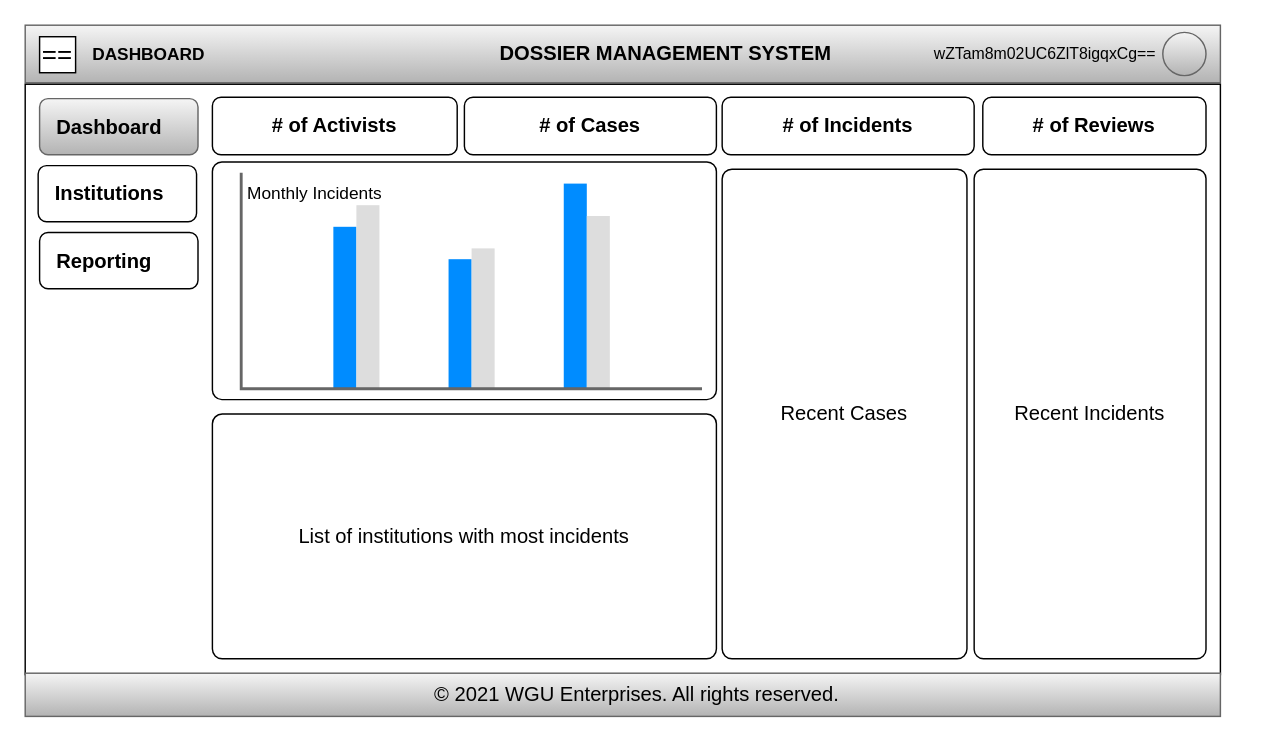
Earlier version of the draw.io diagram page "web-dashboard" (4 of 7) of System_Design.drawio (thachp/dossa). Source tidied: cells renumbered, new cells numbered last; positions are measured from the earlier drawing's top-left corner, leaving out a move shared by most shapes. Both pictures are drawn from the tidied source at 144%, with x=0, y=0 at pixel (24, 24).
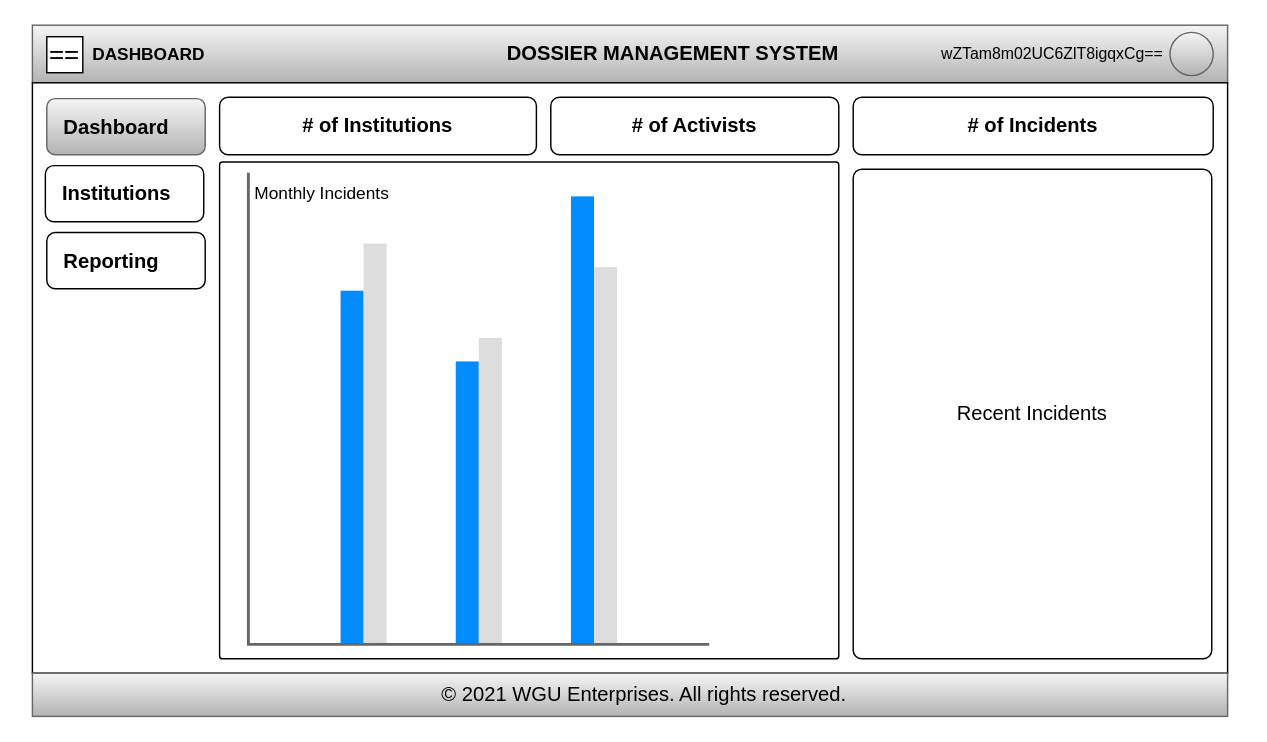
Above is the later version.

What changed in the source:
```diff
@@
-    <mxCell id="2" style="group;" parent="1" vertex="1">
-      <mxGeometry width="840" height="480" as="geometry" />
-    </mxCell>
-    <mxCell id="3" style="group;" parent="2" vertex="1">
-      <mxGeometry width="840" height="480" as="geometry" />
+    <mxCell id="3" style="group;absoluteArcSize=0;" parent="1" vertex="1">
+      <mxGeometry x="5" width="840" height="480" as="geometry" />
     </mxCell>
@@
     <mxCell id="8" style="rounded=0;whiteSpace=wrap;html=1;shadow=0;labelBackgroundColor=#FFFFFF;sketch=0;fontSize=14;fontColor=#000000;strokeColor=#000000;align=center;verticalAlign=middle;" parent="3" vertex="1">
-      <mxGeometry y="41" width="830" height="410" as="geometry" />
+      <mxGeometry y="40" width="830" height="410" as="geometry" />
     </mxCell>
@@
-    <mxCell id="11" value="&lt;b&gt;# of Activists&lt;/b&gt;" style="rounded=1;whiteSpace=wrap;html=1;shadow=0;labelBackgroundColor=none;sketch=0;fontSize=14;fontColor=#000000;strokeColor=#000000;align=center;verticalAlign=middle;" parent="3" vertex="1">
-      <mxGeometry x="130" y="50" width="170" height="40" as="geometry" />
+    <mxCell id="11" value="&lt;b&gt;# of Institutions&lt;/b&gt;" style="rounded=1;whiteSpace=wrap;html=1;shadow=0;labelBackgroundColor=none;sketch=0;fontSize=14;fontColor=#000000;strokeColor=#000000;align=center;verticalAlign=middle;" parent="3" vertex="1">
+      <mxGeometry x="130" y="50" width="220" height="40" as="geometry" />
     </mxCell>
@@
-    <mxCell id="13" value="&lt;b&gt;# of Cases&lt;/b&gt;" style="rounded=1;whiteSpace=wrap;html=1;shadow=0;labelBackgroundColor=none;sketch=0;fontSize=14;fontColor=#000000;strokeColor=#000000;align=center;verticalAlign=middle;" parent="3" vertex="1">
-      <mxGeometry x="305" y="50" width="175" height="40" as="geometry" />
+    <mxCell id="13" value="&lt;b&gt;# of Activists&lt;/b&gt;" style="rounded=1;whiteSpace=wrap;html=1;shadow=0;labelBackgroundColor=none;sketch=0;fontSize=14;fontColor=#000000;strokeColor=#000000;align=center;verticalAlign=middle;" parent="3" vertex="1">
+      <mxGeometry x="360" y="50" width="200" height="40" as="geometry" />
     </mxCell>
-    <mxCell id="14" value="Recent Cases" style="rounded=1;whiteSpace=wrap;html=1;shadow=0;labelBackgroundColor=none;sketch=0;fontSize=14;fontColor=#000000;strokeColor=#000000;align=center;verticalAlign=middle;arcSize=4;" parent="3" vertex="1">
-      <mxGeometry x="484" y="100" width="170" height="340" as="geometry" />
-    </mxCell>
-    <mxCell id="15" value="Recent Incidents" style="rounded=1;whiteSpace=wrap;html=1;shadow=0;labelBackgroundColor=none;sketch=0;fontSize=14;fontColor=#000000;strokeColor=#000000;align=center;verticalAlign=middle;arcSize=4;" parent="3" vertex="1">
-      <mxGeometry x="659" y="100" width="161" height="340" as="geometry" />
+    <mxCell id="15" value="Recent Incidents" style="rounded=1;whiteSpace=wrap;html=1;shadow=0;labelBackgroundColor=none;sketch=0;fontSize=14;fontColor=#000000;strokeColor=#000000;align=center;verticalAlign=middle;arcSize=12;absoluteArcSize=1;" parent="3" vertex="1">
+      <mxGeometry x="570" y="100" width="249" height="340" as="geometry" />
     </mxCell>
-    <mxCell id="16" style="rounded=1;whiteSpace=wrap;html=1;shadow=0;labelBackgroundColor=none;sketch=0;fontSize=14;fontColor=#000000;strokeColor=#000000;align=left;verticalAlign=middle;imageWidth=24;imageHeight=24;arcSize=4;" parent="3" vertex="1">
-      <mxGeometry x="130" y="95" width="350" height="165" as="geometry" />
+    <mxCell id="16" style="rounded=1;whiteSpace=wrap;html=1;shadow=0;labelBackgroundColor=none;sketch=0;fontSize=14;fontColor=#000000;strokeColor=#000000;align=left;verticalAlign=middle;imageWidth=24;imageHeight=24;arcSize=4;absoluteArcSize=1;" parent="3" vertex="1">
+      <mxGeometry x="130" y="95" width="430" height="345" as="geometry" />
     </mxCell>
-    <mxCell id="17" value="List of institutions with most incidents" style="rounded=1;whiteSpace=wrap;html=1;shadow=0;labelBackgroundColor=none;sketch=0;fontSize=14;fontColor=#000000;strokeColor=#000000;align=center;verticalAlign=middle;imageWidth=24;imageHeight=24;arcSize=4;" parent="3" vertex="1">
-      <mxGeometry x="130" y="270" width="350" height="170" as="geometry" />
-    </mxCell>
     <mxCell id="18" style="verticalLabelPosition=bottom;shadow=0;dashed=0;align=center;html=1;verticalAlign=top;strokeWidth=1;shape=mxgraph.mockup.graphics.columnChart;strokeColor=none;strokeColor2=none;strokeColor3=#666666;fillColor2=#008cff;fillColor3=#dddddd;rounded=1;labelBackgroundColor=none;sketch=0;fontSize=18;fontColor=#000000;" parent="3" vertex="1">
-      <mxGeometry x="150" y="102.5" width="320" height="150" as="geometry" />
+      <mxGeometry x="150" y="102.5" width="320" height="327.5" as="geometry" />
     </mxCell>
@@
-    <mxCell id="20" value="&lt;b&gt;# of Incidents&lt;/b&gt;" style="rounded=1;whiteSpace=wrap;html=1;shadow=0;labelBackgroundColor=none;sketch=0;fontSize=14;fontColor=#000000;strokeColor=#000000;align=center;verticalAlign=middle;" parent="3" vertex="1">
-      <mxGeometry x="484" y="50" width="175" height="40" as="geometry" />
-    </mxCell>
-    <mxCell id="21" value="&lt;b&gt;# of Reviews&lt;/b&gt;" style="rounded=1;whiteSpace=wrap;html=1;shadow=0;labelBackgroundColor=none;sketch=0;fontSize=14;fontColor=#000000;strokeColor=#000000;align=center;verticalAlign=middle;" parent="3" vertex="1">
-      <mxGeometry x="665" y="50" width="155" height="40" as="geometry" />
+    <mxCell id="21" value="&lt;b&gt;# of Incidents&lt;/b&gt;" style="rounded=1;whiteSpace=wrap;html=1;shadow=0;labelBackgroundColor=none;sketch=0;fontSize=14;fontColor=#000000;strokeColor=#000000;align=center;verticalAlign=middle;" parent="3" vertex="1">
+      <mxGeometry x="570" y="50" width="250" height="40" as="geometry" />
     </mxCell>
@@
-    <mxCell id="26" value="&lt;span style=&quot;font-size: 12px&quot;&gt;&lt;b&gt;DASHBOARD&lt;/b&gt;&lt;/span&gt;" style="text;html=1;strokeColor=none;fillColor=none;align=left;verticalAlign=middle;whiteSpace=wrap;rounded=0;shadow=0;labelBackgroundColor=none;sketch=0;fontSize=11;fontColor=#000000;" parent="2" vertex="1">
+    <mxCell id="26" value="&lt;span style=&quot;font-size: 12px&quot;&gt;&lt;b&gt;DASHBOARD&lt;/b&gt;&lt;/span&gt;" style="text;html=1;strokeColor=none;fillColor=none;align=left;verticalAlign=middle;whiteSpace=wrap;rounded=0;shadow=0;labelBackgroundColor=none;sketch=0;fontSize=11;fontColor=#000000;" parent="1" vertex="1">
       <mxGeometry x="45" y="6" width="210" height="30" as="geometry" />
     </mxCell>
```
